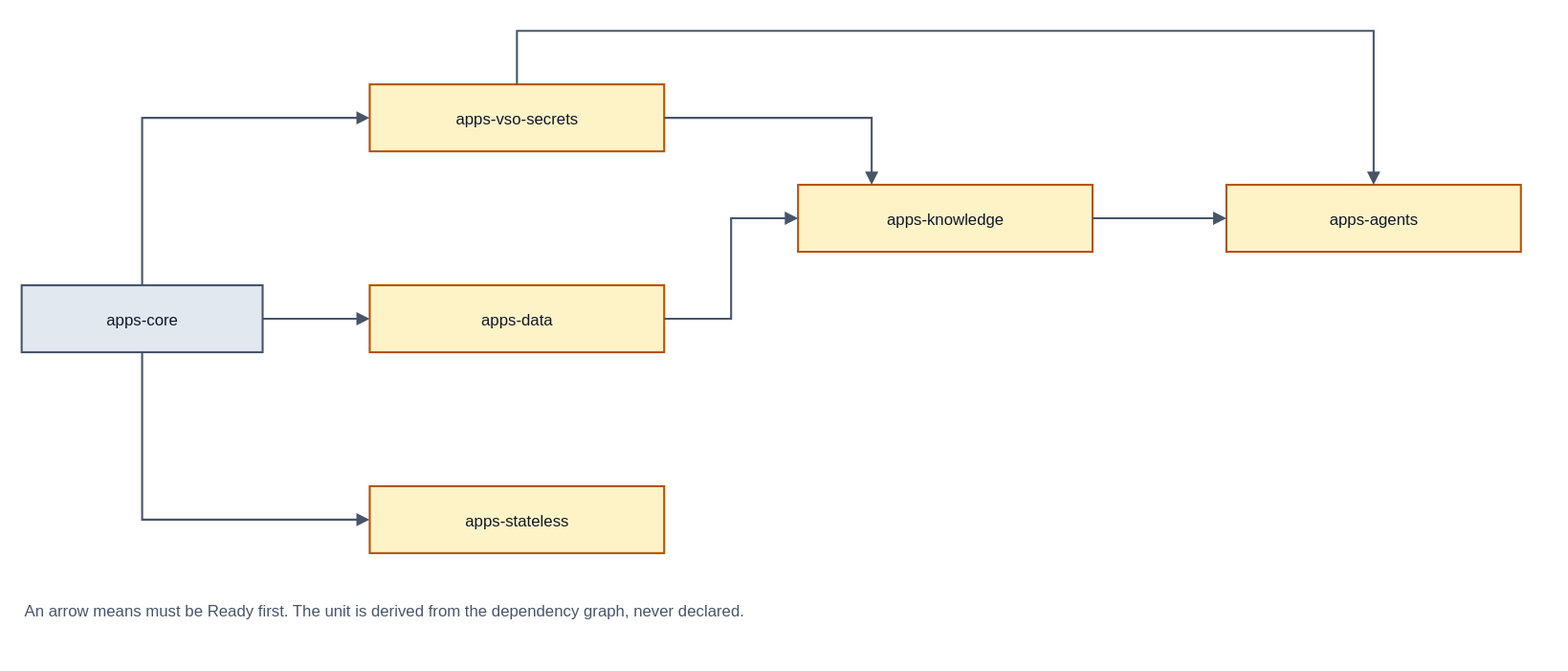
JorisJonkers-dev/deploy-kit keeps this draw.io diagram as spec/v1/diagrams/20-reconcile-unit-dag.drawio.svg. Above is the earlier version. Source tidied: cells renumbered, new cells last; positions are measured from the earlier drawing's top-left corner, leaving out a move shared by most shapes.
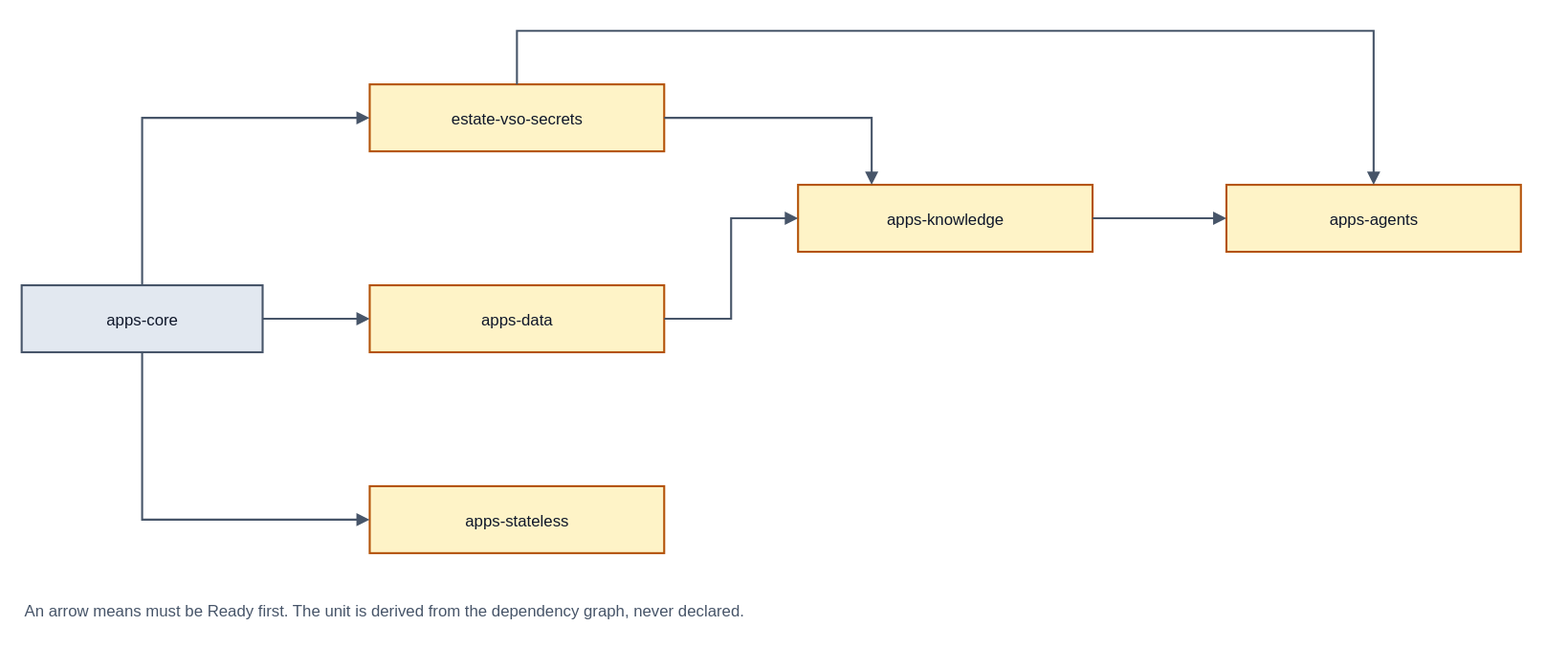
Above is the later version.

Diff of the diagram source:
```diff
@@ -5,7 +5,7 @@
     <mxCell id="2" value="apps-core" style="rounded=0;whiteSpace=nowrap;html=0;align=center;verticalAlign=middle;fillColor=#e2e8f0;strokeColor=#475569;strokeWidth=1.5;fontFamily=Helvetica;fontSize=12;fontColor=#0f172a;" parent="1" vertex="1">
       <mxGeometry y="190" width="180" height="50" as="geometry" />
     </mxCell>
-    <mxCell id="3" value="apps-vso-secrets" style="rounded=0;whiteSpace=nowrap;html=0;align=center;verticalAlign=middle;fillColor=#fef3c7;strokeColor=#b45309;strokeWidth=1.5;fontFamily=Helvetica;fontSize=12;fontColor=#0f172a;" parent="1" vertex="1">
+    <mxCell id="3" value="estate-vso-secrets" style="rounded=0;whiteSpace=nowrap;html=0;align=center;verticalAlign=middle;fillColor=#fef3c7;strokeColor=#b45309;strokeWidth=1.5;fontFamily=Helvetica;fontSize=12;fontColor=#0f172a;" parent="1" vertex="1">
       <mxGeometry x="260" y="40" width="220" height="50" as="geometry" />
     </mxCell>
     <mxCell id="4" value="apps-data" style="rounded=0;whiteSpace=nowrap;html=0;align=center;verticalAlign=middle;fillColor=#fef3c7;strokeColor=#b45309;strokeWidth=1.5;fontFamily=Helvetica;fontSize=12;fontColor=#0f172a;" parent="1" vertex="1">
```
